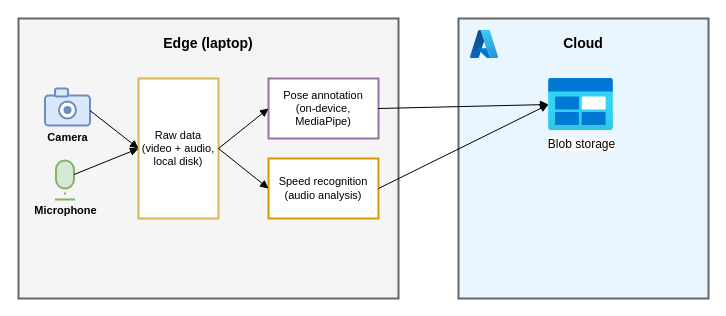
timole/shot-improvement keeps this draw.io diagram as docs/architecture.drawio. Above is the earlier version. Source tidied: cells renumbered, new cells numbered last; positions are measured from the earlier drawing's top-left corner, leaving out a move shared by most shapes. Both pictures are drawn from the tidied source at 100%, with x=0, y=0 at pixel (18, 18).
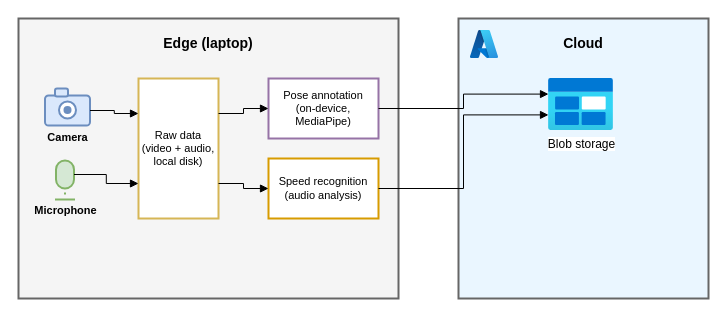
The same diagram, later.

Commit message (it also covers changes not shown here):
Architecture diagram: orthogonal (horizontal/vertical) arrows only

Switched every arrow back to orthogonal routing so each segment is
strictly horizontal or vertical, no diagonals.

Claude-Session: https://claude.ai/code/session_017hfGxMnU1swBr4svZsnXk8

Unchanged cells that the change refers to:
```xml
<mxCell id="3" style="rounded=1;arcSize=12;whiteSpace=wrap;html=1;fillColor=#dae8fc;strokeColor=#6c8ebf;strokeWidth=2;" parent="1" vertex="1">
  <mxGeometry x="26.5" y="77" width="45" height="30" as="geometry" />
</mxCell>
<mxCell id="8" style="rounded=1;arcSize=50;whiteSpace=wrap;html=1;fillColor=#d5e8d4;strokeColor=#82b366;strokeWidth=2;" parent="1" vertex="1">
  <mxGeometry x="37.5" y="142" width="18" height="28" as="geometry" />
</mxCell>
<mxCell id="12" value="Raw data&#10;(video + audio,&#10;local disk)" style="rounded=0;whiteSpace=wrap;html=1;fillColor=#ffffff;strokeColor=#d6b656;strokeWidth=2;fontSize=11;fontFamily=Arial;align=center;verticalAlign=middle;" parent="1" vertex="1">
  <mxGeometry x="120" y="60" width="80" height="140" as="geometry" />
</mxCell>
<mxCell id="13" value="Pose annotation&#10;(on-device,&#10;MediaPipe)" style="rounded=0;whiteSpace=wrap;html=1;fillColor=#ffffff;strokeColor=#9673a6;strokeWidth=2;fontSize=11;fontFamily=Arial;align=center;verticalAlign=middle;" parent="1" vertex="1">
  <mxGeometry x="250" y="60" width="110" height="60" as="geometry" />
</mxCell>
<mxCell id="14" value="Speed recognition&#10;(audio analysis)" style="rounded=0;whiteSpace=wrap;html=1;fillColor=#ffffff;strokeColor=#d79b00;strokeWidth=2;fontSize=11;fontFamily=Arial;align=center;verticalAlign=middle;" parent="1" vertex="1">
  <mxGeometry x="250" y="140" width="110" height="60" as="geometry" />
</mxCell>
<mxCell id="16" value="Blob storage" style="image;html=1;points=[];align=center;fontSize=12;fontFamily=Arial;image=img/lib/azure2/general/Blob_Block.svg;" parent="1" vertex="1">
  <mxGeometry x="530" y="60" width="65" height="52" as="geometry" />
</mxCell>
```

Change to the diagram source:
```diff
@@
-    <mxCell id="18" style="rounded=0;html=1;endArrow=block;startArrow=none;strokeColor=#000000;strokeWidth=1;exitX=1;exitY=0.5;exitDx=0;exitDy=0;entryX=0;entryY=0.5;entryDx=0;entryDy=0;" parent="1" edge="1" source="3" target="12">
+    <mxCell id="18" style="edgeStyle=orthogonalEdgeStyle;rounded=0;html=1;endArrow=block;startArrow=none;strokeColor=#000000;strokeWidth=1;exitX=1;exitY=0.5;exitDx=0;exitDy=0;entryX=0;entryY=0.25;entryDx=0;entryDy=0;" parent="1" edge="1" source="3" target="12">
       <mxGeometry relative="1" as="geometry" />
     </mxCell>
-    <mxCell id="19" style="rounded=0;html=1;endArrow=block;startArrow=none;strokeColor=#000000;strokeWidth=1;exitX=1;exitY=0.5;exitDx=0;exitDy=0;entryX=0;entryY=0.5;entryDx=0;entryDy=0;" parent="1" edge="1" source="8" target="12">
+    <mxCell id="19" style="edgeStyle=orthogonalEdgeStyle;rounded=0;html=1;endArrow=block;startArrow=none;strokeColor=#000000;strokeWidth=1;exitX=1;exitY=0.5;exitDx=0;exitDy=0;entryX=0;entryY=0.75;entryDx=0;entryDy=0;" parent="1" edge="1" source="8" target="12">
       <mxGeometry relative="1" as="geometry" />
     </mxCell>
-    <mxCell id="20" style="rounded=0;html=1;endArrow=block;startArrow=none;strokeColor=#000000;strokeWidth=1;exitX=1;exitY=0.5;exitDx=0;exitDy=0;entryX=0;entryY=0.5;entryDx=0;entryDy=0;" parent="1" edge="1" source="12" target="13">
+    <mxCell id="20" style="edgeStyle=orthogonalEdgeStyle;rounded=0;html=1;endArrow=block;startArrow=none;strokeColor=#000000;strokeWidth=1;exitX=1;exitY=0.25;exitDx=0;exitDy=0;entryX=0;entryY=0.5;entryDx=0;entryDy=0;" parent="1" edge="1" source="12" target="13">
       <mxGeometry relative="1" as="geometry" />
     </mxCell>
-    <mxCell id="21" style="rounded=0;html=1;endArrow=block;startArrow=none;strokeColor=#000000;strokeWidth=1;exitX=1;exitY=0.5;exitDx=0;exitDy=0;entryX=0;entryY=0.5;entryDx=0;entryDy=0;" parent="1" edge="1" source="12" target="14">
+    <mxCell id="21" style="edgeStyle=orthogonalEdgeStyle;rounded=0;html=1;endArrow=block;startArrow=none;strokeColor=#000000;strokeWidth=1;exitX=1;exitY=0.75;exitDx=0;exitDy=0;entryX=0;entryY=0.5;entryDx=0;entryDy=0;" parent="1" edge="1" source="12" target="14">
       <mxGeometry relative="1" as="geometry" />
     </mxCell>
-    <mxCell id="22" style="rounded=0;html=1;endArrow=block;startArrow=none;strokeColor=#000000;strokeWidth=1;exitX=1;exitY=0.5;exitDx=0;exitDy=0;entryX=0;entryY=0.5;entryDx=0;entryDy=0;" parent="1" edge="1" source="13" target="16">
+    <mxCell id="22" style="edgeStyle=orthogonalEdgeStyle;rounded=0;html=1;endArrow=block;startArrow=none;strokeColor=#000000;strokeWidth=1;exitX=1;exitY=0.5;exitDx=0;exitDy=0;entryX=0;entryY=0.3;entryDx=0;entryDy=0;" parent="1" edge="1" source="13" target="16">
       <mxGeometry relative="1" as="geometry" />
     </mxCell>
-    <mxCell id="23" style="rounded=0;html=1;endArrow=block;startArrow=none;strokeColor=#000000;strokeWidth=1;exitX=1;exitY=0.5;exitDx=0;exitDy=0;entryX=0;entryY=0.5;entryDx=0;entryDy=0;" parent="1" edge="1" source="14" target="16">
+    <mxCell id="23" style="edgeStyle=orthogonalEdgeStyle;rounded=0;html=1;endArrow=block;startArrow=none;strokeColor=#000000;strokeWidth=1;exitX=1;exitY=0.5;exitDx=0;exitDy=0;entryX=0;entryY=0.7;entryDx=0;entryDy=0;" parent="1" edge="1" source="14" target="16">
       <mxGeometry relative="1" as="geometry" />
     </mxCell>
```
